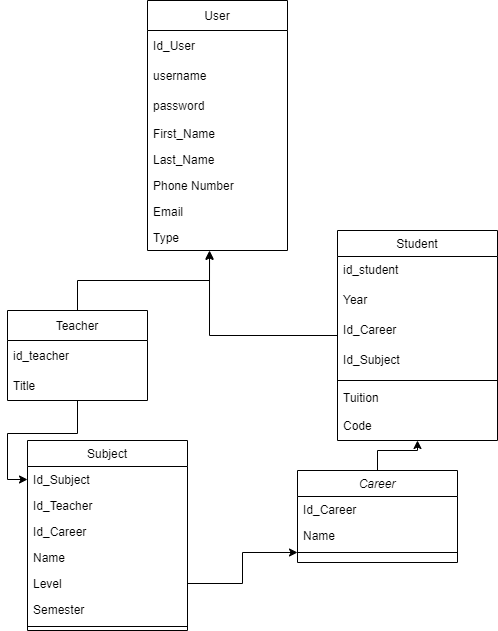
Above: University Diagram.drawio.png in GuilleAlvarado/draw (draw.io), before the change. Source tidied: cells renumbered, new cells last; positions are measured from the earlier drawing's top-left corner, leaving out a move shared by most shapes. The source it was exported from:
```xml
<mxGraphModel>
  <root>
    <mxCell id="0" />
    <mxCell id="1" parent="0" />
    <mxCell id="2" style="edgeStyle=orthogonalEdgeStyle;rounded=0;jettySize=auto;html=1;entryX=0.5;entryY=1;entryDx=0;entryDy=0;" parent="1" edge="1" source="3" target="16">
      <mxGeometry relative="1" as="geometry" />
    </mxCell>
    <mxCell id="3" value="Career" style="swimlane;fontStyle=2;align=center;verticalAlign=top;horizontal=1;startSize=26;rounded=0;shadow=0;strokeWidth=1;" parent="1" vertex="1">
      <mxGeometry x="290" y="470" width="160" height="92" as="geometry" />
    </mxCell>
    <mxCell id="4" value="Id_Career" style="text;align=left;verticalAlign=top;spacingLeft=4;spacingRight=4;overflow=hidden;" parent="3" vertex="1">
      <mxGeometry y="26" width="160" height="26" as="geometry" />
    </mxCell>
    <mxCell id="5" value="Name" style="text;align=left;verticalAlign=top;spacingLeft=4;spacingRight=4;overflow=hidden;rounded=0;shadow=0;html=0;" parent="3" vertex="1">
      <mxGeometry y="52" width="160" height="26" as="geometry" />
    </mxCell>
    <mxCell id="6" style="line;html=1;strokeWidth=1;align=left;verticalAlign=middle;spacingTop=-1;spacingLeft=3;spacingRight=3;labelPosition=right;points=[];portConstraint=eastwest;" parent="3" vertex="1">
      <mxGeometry y="78" width="160" height="8" as="geometry" />
    </mxCell>
    <mxCell id="7" value="Subject" style="swimlane;fontStyle=0;align=center;verticalAlign=top;horizontal=1;startSize=26;rounded=0;shadow=0;strokeWidth=1;" parent="1" vertex="1">
      <mxGeometry x="20" y="440" width="160" height="190" as="geometry" />
    </mxCell>
    <mxCell id="8" value="Id_Subject" style="text;align=left;verticalAlign=top;spacingLeft=4;spacingRight=4;overflow=hidden;points=[[0,0.5],[1,0.5]];portConstraint=eastwest;" parent="7" vertex="1">
      <mxGeometry y="26" width="160" height="26" as="geometry" />
    </mxCell>
    <mxCell id="9" value="Id_Teacher" style="text;align=left;verticalAlign=top;spacingLeft=4;spacingRight=4;overflow=hidden;" parent="7" vertex="1">
      <mxGeometry y="52" width="160" height="26" as="geometry" />
    </mxCell>
    <mxCell id="10" value="Id_Career" style="text;align=left;verticalAlign=top;spacingLeft=4;spacingRight=4;overflow=hidden;" parent="7" vertex="1">
      <mxGeometry y="78" width="160" height="26" as="geometry" />
    </mxCell>
    <mxCell id="11" value="Name" style="text;align=left;verticalAlign=top;spacingLeft=4;spacingRight=4;overflow=hidden;" parent="7" vertex="1">
      <mxGeometry y="104" width="160" height="26" as="geometry" />
    </mxCell>
    <mxCell id="12" value="Level" style="text;align=left;verticalAlign=top;spacingLeft=4;spacingRight=4;overflow=hidden;points=[[0,0.5],[1,0.5]];portConstraint=eastwest;" parent="7" vertex="1">
      <mxGeometry y="130" width="160" height="26" as="geometry" />
    </mxCell>
    <mxCell id="13" value="Semester" style="text;align=left;verticalAlign=top;spacingLeft=4;spacingRight=4;overflow=hidden;" parent="7" vertex="1">
      <mxGeometry y="156" width="160" height="26" as="geometry" />
    </mxCell>
    <mxCell id="14" style="line;html=1;strokeWidth=1;align=left;verticalAlign=middle;spacingTop=-1;spacingLeft=3;spacingRight=3;labelPosition=right;" parent="7" vertex="1">
      <mxGeometry y="182" width="160" height="8" as="geometry" />
    </mxCell>
    <mxCell id="15" style="edgeStyle=orthogonalEdgeStyle;rounded=0;jettySize=auto;html=1;entryX=0.443;entryY=1.038;entryDx=0;entryDy=0;entryPerimeter=0;" parent="1" edge="1" source="16" target="32">
      <mxGeometry relative="1" as="geometry" />
    </mxCell>
    <mxCell id="16" value="Student" style="swimlane;fontStyle=0;align=center;verticalAlign=top;horizontal=1;startSize=26;rounded=0;shadow=0;strokeWidth=1;" parent="1" vertex="1">
      <mxGeometry x="330" y="230" width="160" height="210" as="geometry" />
    </mxCell>
    <mxCell id="17" value="id_student" style="text;align=left;verticalAlign=top;spacingLeft=4;spacingRight=4;overflow=hidden;rounded=0;shadow=0;html=0;" parent="16" vertex="1">
      <mxGeometry y="26" width="160" height="30" as="geometry" />
    </mxCell>
    <mxCell id="18" value="Year" style="text;align=left;verticalAlign=top;spacingLeft=4;spacingRight=4;overflow=hidden;rounded=0;shadow=0;html=0;" parent="16" vertex="1">
      <mxGeometry y="56" width="160" height="30" as="geometry" />
    </mxCell>
    <mxCell id="19" value="Id_Career" style="text;align=left;verticalAlign=top;spacingLeft=4;spacingRight=4;overflow=hidden;rounded=0;shadow=0;html=0;" parent="16" vertex="1">
      <mxGeometry y="86" width="160" height="30" as="geometry" />
    </mxCell>
    <mxCell id="20" value="Id_Subject" style="text;align=left;verticalAlign=top;spacingLeft=4;spacingRight=4;overflow=hidden;rounded=0;shadow=0;html=0;" parent="16" vertex="1">
      <mxGeometry y="116" width="160" height="30" as="geometry" />
    </mxCell>
    <mxCell id="21" style="line;html=1;strokeWidth=1;align=left;verticalAlign=middle;spacingTop=-1;spacingLeft=3;spacingRight=3;labelPosition=right;" parent="16" vertex="1">
      <mxGeometry y="146" width="160" height="8" as="geometry" />
    </mxCell>
    <mxCell id="22" value="Tuition" style="text;align=left;verticalAlign=top;spacingLeft=4;spacingRight=4;overflow=hidden;" parent="16" vertex="1">
      <mxGeometry y="154" width="160" height="26" as="geometry" />
    </mxCell>
    <mxCell id="23" value="Code" style="text;strokeColor=none;fillColor=none;align=left;verticalAlign=middle;spacingLeft=4;spacingRight=4;overflow=hidden;" parent="16" vertex="1">
      <mxGeometry y="180" width="160" height="30" as="geometry" />
    </mxCell>
    <mxCell id="24" value="User" style="swimlane;fontStyle=0;horizontal=1;startSize=30;" parent="1" vertex="1">
      <mxGeometry x="140" width="140" height="250" as="geometry" />
    </mxCell>
    <mxCell id="25" value="Id_User" style="text;strokeColor=none;fillColor=none;align=left;verticalAlign=middle;spacingLeft=4;spacingRight=4;overflow=hidden;" parent="24" vertex="1">
      <mxGeometry y="30" width="140" height="30" as="geometry" />
    </mxCell>
    <mxCell id="26" value="username" style="text;strokeColor=none;fillColor=none;align=left;verticalAlign=middle;spacingLeft=4;spacingRight=4;overflow=hidden;" parent="24" vertex="1">
      <mxGeometry y="60" width="140" height="30" as="geometry" />
    </mxCell>
    <mxCell id="27" value="password" style="text;strokeColor=none;fillColor=none;align=left;verticalAlign=middle;spacingLeft=4;spacingRight=4;overflow=hidden;" parent="24" vertex="1">
      <mxGeometry y="90" width="140" height="30" as="geometry" />
    </mxCell>
    <mxCell id="28" value="First_Name" style="text;align=left;verticalAlign=top;spacingLeft=4;spacingRight=4;overflow=hidden;rounded=0;shadow=0;html=0;" parent="24" vertex="1">
      <mxGeometry y="120" width="140" height="26" as="geometry" />
    </mxCell>
    <mxCell id="29" value="Last_Name" style="text;align=left;verticalAlign=top;spacingLeft=4;spacingRight=4;overflow=hidden;rounded=0;shadow=0;html=0;" parent="24" vertex="1">
      <mxGeometry y="146" width="140" height="26" as="geometry" />
    </mxCell>
    <mxCell id="30" value="Phone Number " style="text;align=left;verticalAlign=top;spacingLeft=4;spacingRight=4;overflow=hidden;rounded=0;shadow=0;html=0;" parent="24" vertex="1">
      <mxGeometry y="172" width="140" height="26" as="geometry" />
    </mxCell>
    <mxCell id="31" value="Email" style="text;align=left;verticalAlign=top;spacingLeft=4;spacingRight=4;overflow=hidden;rounded=0;shadow=0;html=0;" parent="24" vertex="1">
      <mxGeometry y="198" width="140" height="26" as="geometry" />
    </mxCell>
    <mxCell id="32" value="Type" style="text;align=left;verticalAlign=top;spacingLeft=4;spacingRight=4;overflow=hidden;points=[[0,0.5],[1,0.5]];portConstraint=eastwest;rounded=0;shadow=0;html=0;" parent="24" vertex="1">
      <mxGeometry y="224" width="140" height="26" as="geometry" />
    </mxCell>
    <mxCell id="33" style="edgeStyle=orthogonalEdgeStyle;rounded=0;jettySize=auto;html=1;" parent="1" edge="1" source="35" target="8">
      <mxGeometry relative="1" as="geometry" />
    </mxCell>
    <mxCell id="34" style="edgeStyle=orthogonalEdgeStyle;rounded=0;jettySize=auto;html=1;entryX=0.443;entryY=1;entryDx=0;entryDy=0;entryPerimeter=0;" parent="1" edge="1" source="35" target="32">
      <mxGeometry relative="1" as="geometry" />
    </mxCell>
    <mxCell id="35" value="Teacher" style="swimlane;fontStyle=0;horizontal=1;startSize=30;" parent="1" vertex="1">
      <mxGeometry y="310" width="140" height="90" as="geometry" />
    </mxCell>
    <mxCell id="36" value="id_teacher" style="text;strokeColor=none;fillColor=none;align=left;verticalAlign=middle;spacingLeft=4;spacingRight=4;overflow=hidden;" parent="35" vertex="1">
      <mxGeometry y="30" width="140" height="30" as="geometry" />
    </mxCell>
    <mxCell id="37" value="Title" style="text;strokeColor=none;fillColor=none;align=left;verticalAlign=middle;spacingLeft=4;spacingRight=4;overflow=hidden;" parent="35" vertex="1">
      <mxGeometry y="60" width="140" height="30" as="geometry" />
    </mxCell>
    <mxCell id="38" style="edgeStyle=orthogonalEdgeStyle;rounded=0;jettySize=auto;html=1;" parent="1" edge="1" source="12" target="6">
      <mxGeometry relative="1" as="geometry" />
    </mxCell>
  </root>
</mxGraphModel>
```
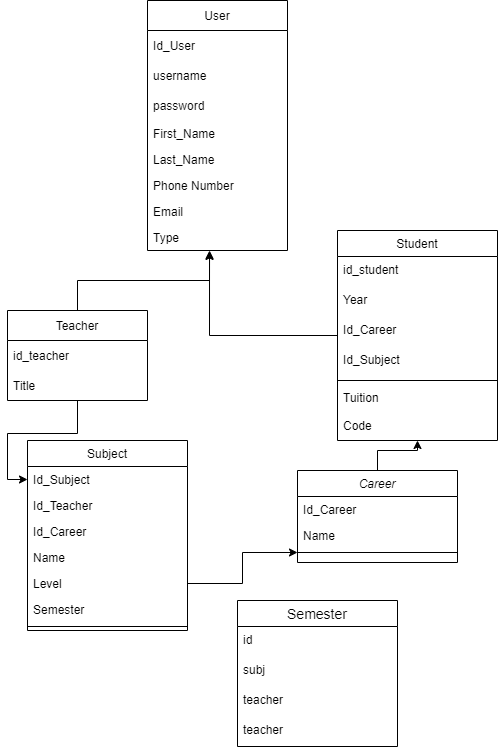
After the change.

Diff of the diagram source:
```diff
@@ -113,5 +113,20 @@
     <mxCell id="38" style="edgeStyle=orthogonalEdgeStyle;rounded=0;jettySize=auto;html=1;" parent="1" edge="1" source="12" target="6">
       <mxGeometry relative="1" as="geometry" />
     </mxCell>
+    <mxCell id="39" value="Semester" style="swimlane;fontStyle=0;horizontal=1;startSize=26;align=center;fontSize=14;" parent="1" vertex="1">
+      <mxGeometry x="230" y="600" width="160" height="146" as="geometry" />
+    </mxCell>
+    <mxCell id="40" value="id" style="text;strokeColor=none;fillColor=none;spacingLeft=4;spacingRight=4;overflow=hidden;fontSize=12;" parent="39" vertex="1">
+      <mxGeometry y="26" width="160" height="30" as="geometry" />
+    </mxCell>
+    <mxCell id="41" value="subj&#10;" style="text;strokeColor=none;fillColor=none;spacingLeft=4;spacingRight=4;overflow=hidden;fontSize=12;" parent="39" vertex="1">
+      <mxGeometry y="56" width="160" height="30" as="geometry" />
+    </mxCell>
+    <mxCell id="42" value="teacher" style="text;strokeColor=none;fillColor=none;spacingLeft=4;spacingRight=4;overflow=hidden;fontSize=12;" parent="39" vertex="1">
+      <mxGeometry y="86" width="160" height="30" as="geometry" />
+    </mxCell>
+    <mxCell id="43" value="teacher" style="text;strokeColor=none;fillColor=none;spacingLeft=4;spacingRight=4;overflow=hidden;fontSize=12;" parent="39" vertex="1">
+      <mxGeometry y="116" width="160" height="30" as="geometry" />
+    </mxCell>
   </root>
 </mxGraphModel>
```
